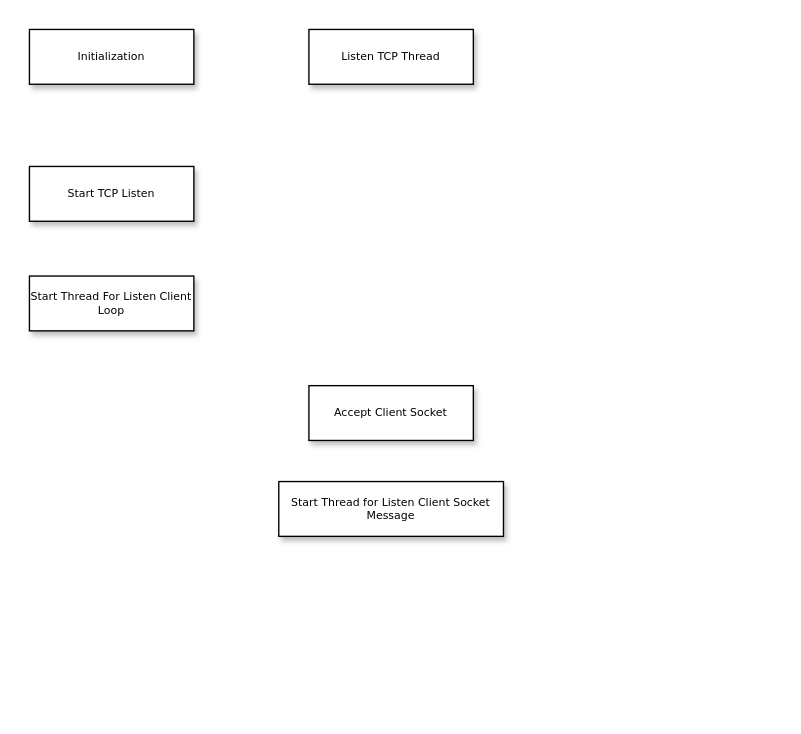
Above: page "Server" (3 of 3) of TCPIP_IPC.drawio in Jasson-Chou/IPC_TCP_Example (draw.io), before the change. Source tidied: cells renumbered, new cells numbered last; positions are measured from the earlier drawing's top-left corner, leaving out a move shared by most shapes. Both pictures are drawn from the tidied source at 137%, with x=0, y=0 at pixel (29, 29).
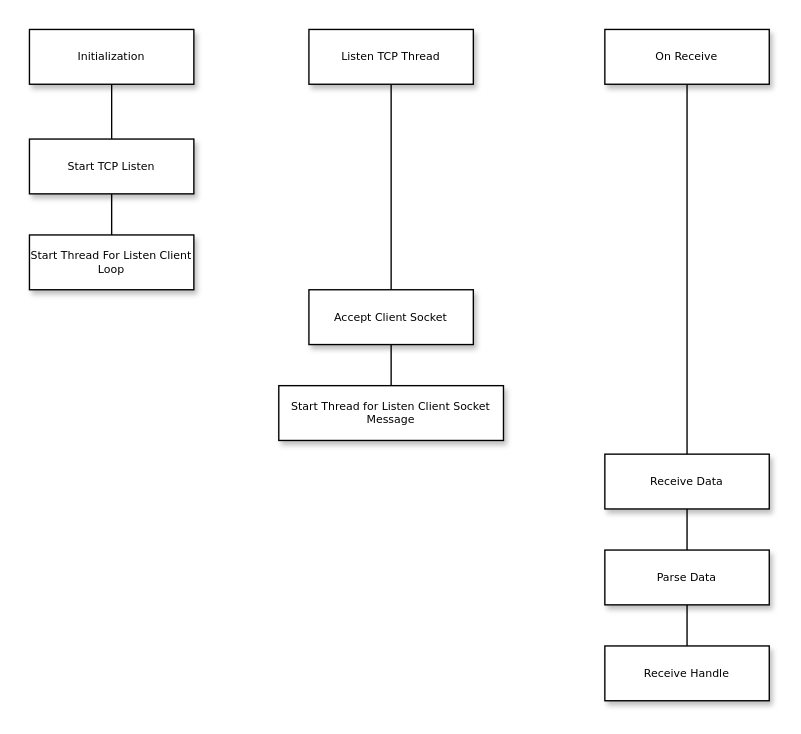
The same page after the edit.

Commit message:
Upload Server UML

Diff of the diagram source:
```diff
@@
 <mxGraphModel>
   <root>
     <mxCell id="0" />
     <mxCell id="1" parent="0" />
     <mxCell id="2" value="Start Thread For Listen Client Loop" style="whiteSpace=wrap;html=1;rounded=0;shadow=1;labelBackgroundColor=none;strokeWidth=1;fontFamily=Verdana;fontSize=8;align=center;" parent="1" vertex="1">
-      <mxGeometry y="180" width="120" height="40" as="geometry" />
+      <mxGeometry y="150" width="120" height="40" as="geometry" />
     </mxCell>
+    <mxCell id="8" style="edgeStyle=orthogonalEdgeStyle;rounded=0;jettySize=auto;html=1;entryX=0.5;entryY=0;entryDx=0;entryDy=0;endArrow=none;endFill=0;" parent="1" edge="1" source="3" target="4">
+      <mxGeometry relative="1" as="geometry" />
+    </mxCell>
     <mxCell id="3" value="Initialization" style="whiteSpace=wrap;html=1;rounded=0;shadow=1;labelBackgroundColor=none;strokeWidth=1;fontFamily=Verdana;fontSize=8;align=center;" parent="1" vertex="1">
       <mxGeometry width="120" height="40" as="geometry" />
     </mxCell>
+    <mxCell id="9" style="edgeStyle=orthogonalEdgeStyle;rounded=0;jettySize=auto;html=1;entryX=0.5;entryY=0;entryDx=0;entryDy=0;endArrow=none;endFill=0;" parent="1" edge="1" source="4" target="2">
+      <mxGeometry relative="1" as="geometry" />
+    </mxCell>
     <mxCell id="4" value="Start TCP Listen" style="whiteSpace=wrap;html=1;rounded=0;shadow=1;labelBackgroundColor=none;strokeWidth=1;fontFamily=Verdana;fontSize=8;align=center;" parent="1" vertex="1">
-      <mxGeometry y="100" width="120" height="40" as="geometry" />
+      <mxGeometry y="80" width="120" height="40" as="geometry" />
     </mxCell>
+    <mxCell id="10" style="edgeStyle=orthogonalEdgeStyle;rounded=0;jettySize=auto;html=1;entryX=0.5;entryY=0;entryDx=0;entryDy=0;endArrow=none;endFill=0;" parent="1" edge="1" source="5" target="6">
+      <mxGeometry relative="1" as="geometry" />
+    </mxCell>
     <mxCell id="5" value="Listen TCP Thread" style="whiteSpace=wrap;html=1;rounded=0;shadow=1;labelBackgroundColor=none;strokeWidth=1;fontFamily=Verdana;fontSize=8;align=center;" parent="1" vertex="1">
       <mxGeometry x="204" width="120" height="40" as="geometry" />
     </mxCell>
+    <mxCell id="11" style="edgeStyle=orthogonalEdgeStyle;rounded=0;jettySize=auto;html=1;entryX=0.5;entryY=0;entryDx=0;entryDy=0;endArrow=none;endFill=0;" parent="1" edge="1" source="6" target="7">
+      <mxGeometry relative="1" as="geometry" />
+    </mxCell>
     <mxCell id="6" value="Accept Client Socket" style="whiteSpace=wrap;html=1;rounded=0;shadow=1;labelBackgroundColor=none;strokeWidth=1;fontFamily=Verdana;fontSize=8;align=center;" parent="1" vertex="1">
-      <mxGeometry x="204" y="260" width="120" height="40" as="geometry" />
+      <mxGeometry x="204" y="190" width="120" height="40" as="geometry" />
     </mxCell>
     <mxCell id="7" value="Start Thread for Listen Client Socket Message" style="whiteSpace=wrap;html=1;rounded=0;shadow=1;labelBackgroundColor=none;strokeWidth=1;fontFamily=Verdana;fontSize=8;align=center;" parent="1" vertex="1">
-      <mxGeometry x="182" y="330" width="164" height="40" as="geometry" />
+      <mxGeometry x="182" y="260" width="164" height="40" as="geometry" />
     </mxCell>
+    <mxCell id="12" style="edgeStyle=orthogonalEdgeStyle;rounded=0;jettySize=auto;html=1;entryX=0.5;entryY=0;entryDx=0;entryDy=0;endArrow=none;endFill=0;" parent="1" edge="1" source="13" target="15">
+      <mxGeometry relative="1" as="geometry" />
+    </mxCell>
+    <mxCell id="13" value="On Receive" style="whiteSpace=wrap;html=1;rounded=0;shadow=1;labelBackgroundColor=none;strokeWidth=1;fontFamily=Verdana;fontSize=8;align=center;" parent="1" vertex="1">
+      <mxGeometry x="420" width="120" height="40" as="geometry" />
+    </mxCell>
+    <mxCell id="14" style="edgeStyle=orthogonalEdgeStyle;rounded=0;jettySize=auto;html=1;entryX=0.5;entryY=0;entryDx=0;entryDy=0;endArrow=none;endFill=0;" parent="1" edge="1" source="15" target="17">
+      <mxGeometry relative="1" as="geometry" />
+    </mxCell>
+    <mxCell id="15" value="Receive Data" style="whiteSpace=wrap;html=1;rounded=0;shadow=1;labelBackgroundColor=none;strokeWidth=1;fontFamily=Verdana;fontSize=8;align=center;" parent="1" vertex="1">
+      <mxGeometry x="420" y="310" width="120" height="40" as="geometry" />
+    </mxCell>
+    <mxCell id="16" style="edgeStyle=orthogonalEdgeStyle;rounded=0;jettySize=auto;html=1;entryX=0.5;entryY=0;entryDx=0;entryDy=0;endArrow=none;endFill=0;" parent="1" edge="1" source="17" target="18">
+      <mxGeometry relative="1" as="geometry" />
+    </mxCell>
+    <mxCell id="17" value="Parse Data" style="whiteSpace=wrap;html=1;rounded=0;shadow=1;labelBackgroundColor=none;strokeWidth=1;fontFamily=Verdana;fontSize=8;align=center;" parent="1" vertex="1">
+      <mxGeometry x="420" y="380" width="120" height="40" as="geometry" />
+    </mxCell>
+    <mxCell id="18" value="Receive Handle" style="whiteSpace=wrap;html=1;rounded=0;shadow=1;labelBackgroundColor=none;strokeWidth=1;fontFamily=Verdana;fontSize=8;align=center;" parent="1" vertex="1">
+      <mxGeometry x="420" y="450" width="120" height="40" as="geometry" />
+    </mxCell>
   </root>
 </mxGraphModel>
```
